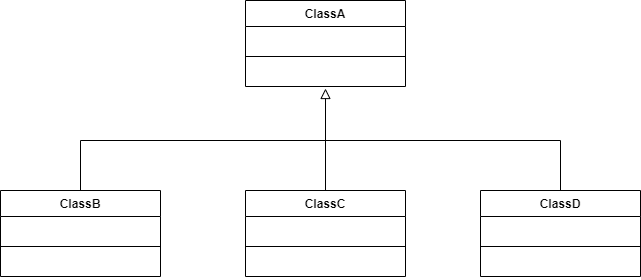
Above: SOLID/O/Extended OpenClosed Principle Class Diagram.png in smitbmx/Architecture-Diagrams (draw.io), before the change. Source tidied: cells renumbered, new cells last; positions are measured from the earlier drawing's top-left corner, leaving out a move shared by most shapes.
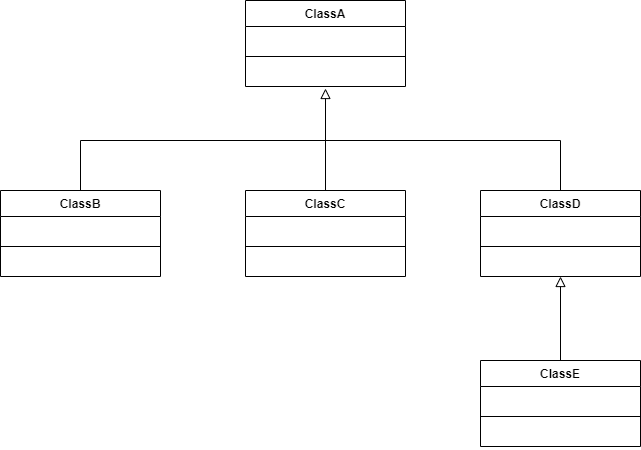
The same diagram one commit later.

What changed in the source:
```diff
@@ -61,5 +61,20 @@
     <mxCell id="19" style="endArrow=block;html=1;entryX=0.5;entryY=1.077;entryDx=0;entryDy=0;entryPerimeter=0;exitX=0.5;exitY=0;exitDx=0;exitDy=0;endSize=8;endFill=0;startSize=6;" parent="1" edge="1" source="6" target="5">
       <mxGeometry relative="1" as="geometry" />
     </mxCell>
+    <mxCell id="20" value="ClassE" style="swimlane;fontStyle=1;align=center;verticalAlign=top;horizontal=1;startSize=26;" parent="1" vertex="1">
+      <mxGeometry x="480" y="360" width="160" height="86" as="geometry" />
+    </mxCell>
+    <mxCell id="21" value=" " style="text;strokeColor=none;fillColor=none;align=left;verticalAlign=top;spacingLeft=4;spacingRight=4;overflow=hidden;" parent="20" vertex="1">
+      <mxGeometry y="26" width="160" height="26" as="geometry" />
+    </mxCell>
+    <mxCell id="22" style="line;strokeWidth=1;fillColor=none;align=left;verticalAlign=middle;spacingTop=-1;spacingLeft=3;spacingRight=3;labelPosition=right;" parent="20" vertex="1">
+      <mxGeometry y="52" width="160" height="8" as="geometry" />
+    </mxCell>
+    <mxCell id="23" value=" " style="text;strokeColor=none;fillColor=none;align=left;verticalAlign=top;spacingLeft=4;spacingRight=4;overflow=hidden;" parent="20" vertex="1">
+      <mxGeometry y="60" width="160" height="26" as="geometry" />
+    </mxCell>
+    <mxCell id="24" style="endArrow=block;html=1;exitX=0.5;exitY=0;exitDx=0;exitDy=0;entryX=0.5;entryY=1;entryDx=0;entryDy=0;entryPerimeter=0;endSize=8;endFill=0;" parent="1" edge="1" source="20" target="17">
+      <mxGeometry relative="1" as="geometry" />
+    </mxCell>
   </root>
 </mxGraphModel>
```
